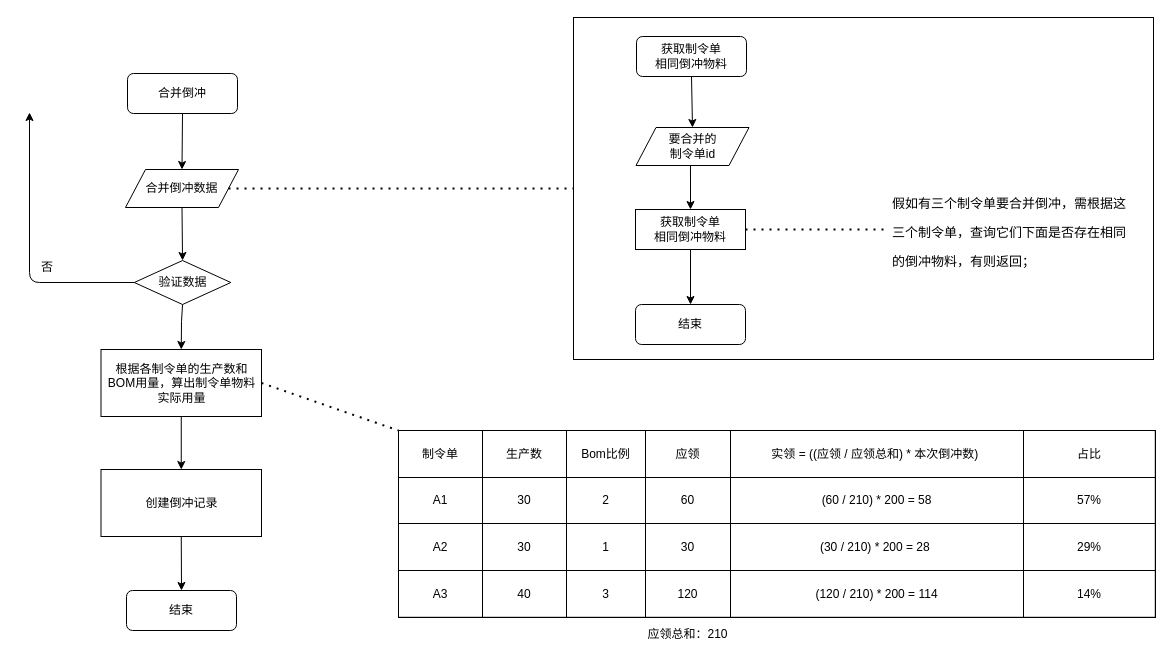
Before: page "制令单合并倒冲" (3 of 6) of 青岛协创.drawio in KNAI-I/test, a draw.io diagram. Source tidied: cells renumbered, new cells numbered last; positions are measured from the earlier drawing's top-left corner, leaving out a move shared by most shapes. Both pictures are drawn from the tidied source at 100%, with x=0, y=0 at pixel (17, 17).
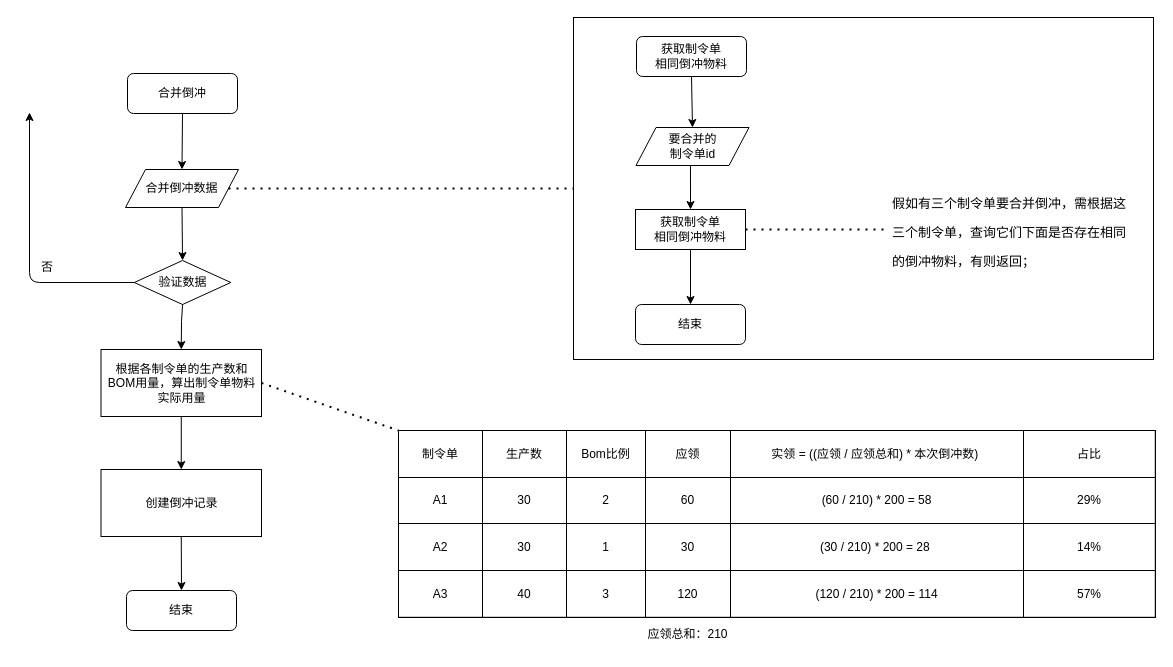
The same page after the edit.

Unchanged cells that the change refers to:
```xml
<mxCell id="29" style="shape=tableRow;horizontal=0;startSize=0;swimlaneHead=0;swimlaneBody=0;top=0;left=0;bottom=0;right=0;fontStyle=0;fillColor=none;strokeColor=inherit;" parent="21" vertex="1">
  <mxGeometry y="47" width="756.8" height="46" as="geometry" />
</mxCell>
<mxCell id="36" style="shape=tableRow;horizontal=0;startSize=0;swimlaneHead=0;swimlaneBody=0;top=0;left=0;bottom=0;right=0;fontStyle=0;fillColor=none;strokeColor=inherit;" parent="21" vertex="1">
  <mxGeometry y="93" width="756.8" height="47" as="geometry" />
</mxCell>
<mxCell id="43" style="shape=tableRow;horizontal=0;startSize=0;swimlaneHead=0;swimlaneBody=0;top=0;left=0;bottom=0;right=0;fontStyle=0;fillColor=none;strokeColor=inherit;" parent="21" vertex="1">
  <mxGeometry y="140" width="756.8" height="47" as="geometry" />
</mxCell>
```

Diff of the diagram source:
```diff
@@
-    <mxCell id="35" value="57%" style="strokeColor=inherit;fillColor=none;align=center;whiteSpace=wrap;html=1;" parent="29" vertex="1">
+    <mxCell id="35" value="29%" style="strokeColor=inherit;fillColor=none;align=center;whiteSpace=wrap;html=1;" parent="29" vertex="1">
       <mxGeometry x="625" width="132" height="46" as="geometry" />
     </mxCell>
@@
-    <mxCell id="42" value="29%" style="strokeColor=inherit;fillColor=none;align=center;whiteSpace=wrap;html=1;" parent="36" vertex="1">
+    <mxCell id="42" value="14%" style="strokeColor=inherit;fillColor=none;align=center;whiteSpace=wrap;html=1;" parent="36" vertex="1">
       <mxGeometry x="625" width="132" height="47" as="geometry" />
     </mxCell>
@@
-    <mxCell id="49" value="14%" style="strokeColor=inherit;fillColor=none;align=center;whiteSpace=wrap;html=1;" parent="43" vertex="1">
+    <mxCell id="49" value="57%" style="strokeColor=inherit;fillColor=none;align=center;whiteSpace=wrap;html=1;" parent="43" vertex="1">
       <mxGeometry x="625" width="132" height="47" as="geometry" />
     </mxCell>
```
